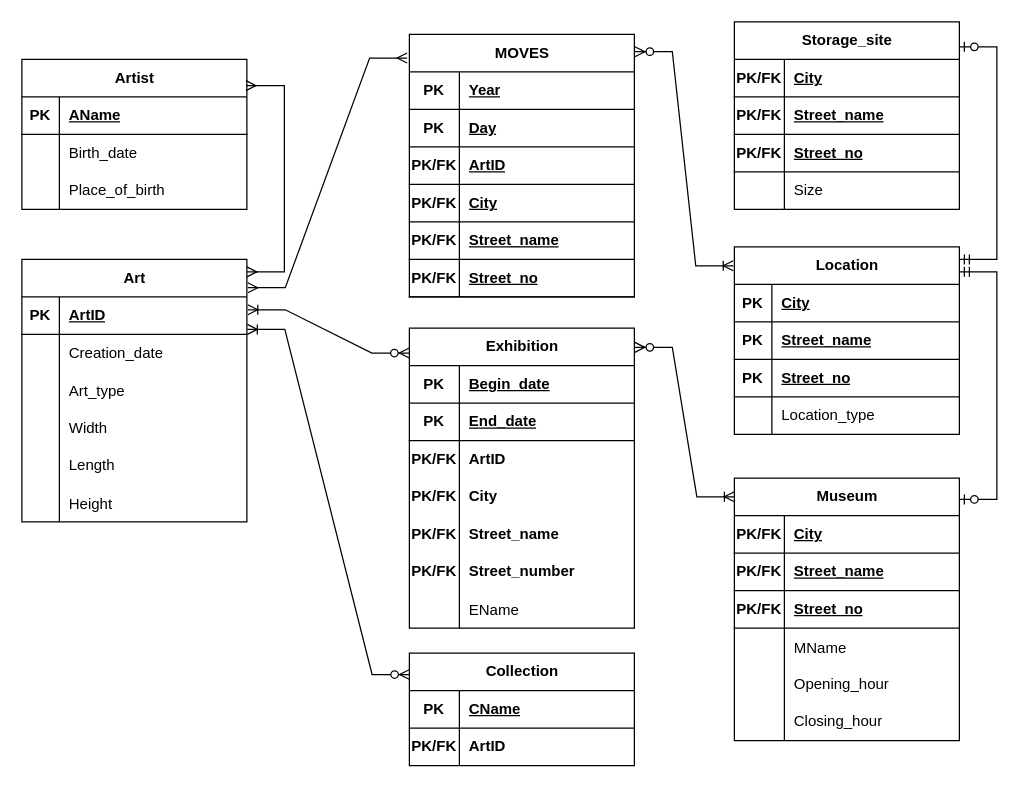
Above: Untitled Diagram.drawio in armeirlaen/LEPl1506 (draw.io), before the change. Source tidied: cells renumbered, new cells numbered last; positions are measured from the earlier drawing's top-left corner, leaving out a move shared by most shapes. Both pictures are drawn from the tidied source at 125%, with x=0, y=0 at pixel (21, 21).
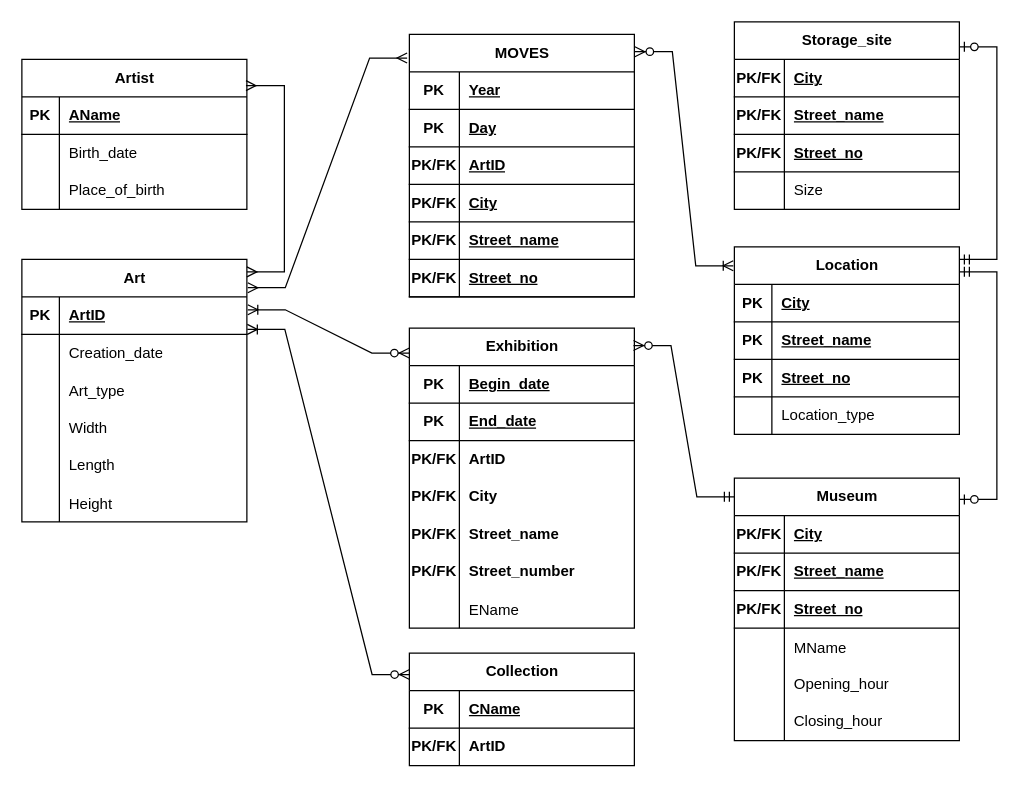
The same diagram, later.

Commit message:
Fixed an arrow type

Unchanged cells that the change refers to:
```xml
<mxCell id="38" value="Museum" style="shape=table;startSize=30;childLayout=tableLayout;rowLines=0;fontStyle=1;align=center;html=1;" parent="1" vertex="1">
  <mxGeometry x="570" y="365" width="180" height="210" as="geometry" />
</mxCell>
<mxCell id="57" value="Exhibition" style="shape=table;startSize=30;childLayout=tableLayout;rowLines=0;fontStyle=1;align=center;html=1;" parent="1" vertex="1">
  <mxGeometry x="310" y="245" width="180" height="240" as="geometry" />
</mxCell>
```

Diff of the diagram source:
```diff
@@
-    <mxCell id="131" style="edgeStyle=entityRelationEdgeStyle;fontSize=12;html=1;endArrow=ERoneToMany;startArrow=ERzeroToMany;rounded=0;exitX=1.002;exitY=0.064;exitDx=0;exitDy=0;exitPerimeter=0;entryX=0;entryY=0.071;entryDx=0;entryDy=0;entryPerimeter=0;" parent="1" edge="1" source="57" target="38">
-      <mxGeometry relative="1" as="geometry" />
-    </mxCell>
+    <mxCell id="132" style="edgeStyle=entityRelationEdgeStyle;fontSize=12;html=1;endArrow=ERzeroToMany;startArrow=ERmandOne;rounded=0;exitX=0;exitY=0.071;exitDx=0;exitDy=0;exitPerimeter=0;entryX=0.996;entryY=0.058;entryDx=0;entryDy=0;entryPerimeter=0;" parent="1" edge="1" source="38" target="57">
+      <mxGeometry relative="1" as="geometry" />
+    </mxCell>
```
